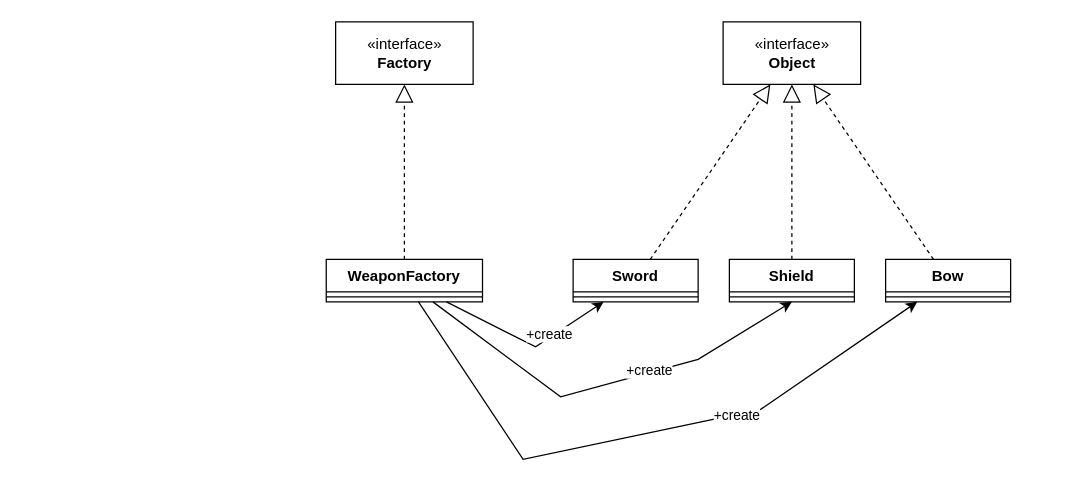
This is FactoryMethod.drawio from wansook0316/DesignPattern-04-FactoryMethod, a draw.io file, before an edit. Source tidied: cells renumbered, new cells numbered last; positions are measured from the earlier drawing's top-left corner, leaving out a move shared by most shapes. Both pictures are drawn from the tidied source at 125%, with x=0, y=0 at pixel (325, 21).
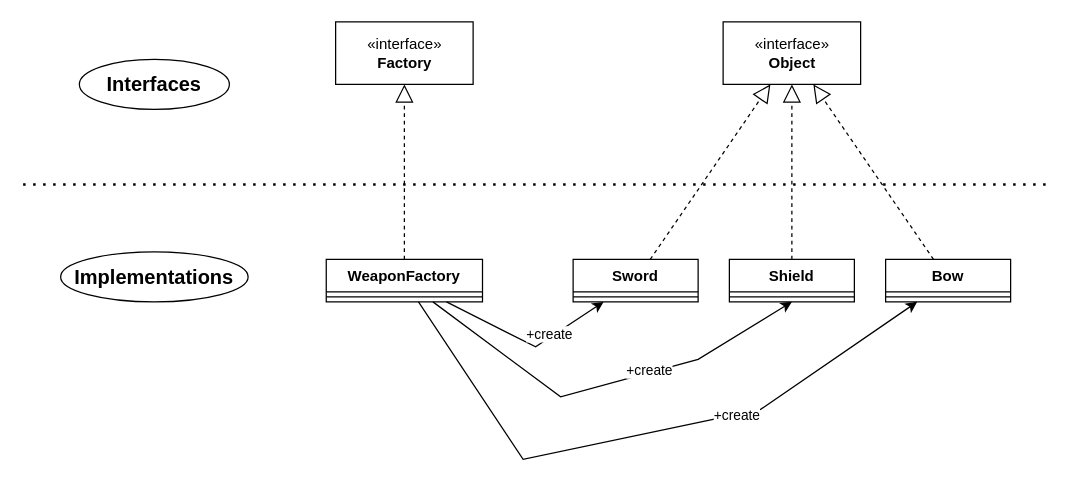
Above is the later version.

The edit, as a diff of the source:
```diff
@@
+    <mxCell id="22" style="endArrow=none;dashed=1;html=1;dashPattern=1 3;strokeWidth=2;rounded=0;" parent="1" edge="1">
+      <mxGeometry relative="1" as="geometry">
+        <mxPoint x="-242" y="130" as="sourcePoint" />
+        <mxPoint x="578" y="130" as="targetPoint" />
+      </mxGeometry>
+    </mxCell>
+    <mxCell id="23" value="&lt;b&gt;&lt;font style=&quot;font-size: 16px;&quot;&gt;Interfaces&lt;/font&gt;&lt;/b&gt;" style="ellipse;whiteSpace=wrap;html=1;" parent="1" vertex="1">
+      <mxGeometry x="-197" y="30" width="120" height="40" as="geometry" />
+    </mxCell>
+    <mxCell id="24" value="&lt;b&gt;&lt;font style=&quot;font-size: 16px;&quot;&gt;Implementations&lt;/font&gt;&lt;/b&gt;" style="ellipse;whiteSpace=wrap;html=1;" parent="1" vertex="1">
+      <mxGeometry x="-212" y="184" width="150" height="40" as="geometry" />
+    </mxCell>
```
